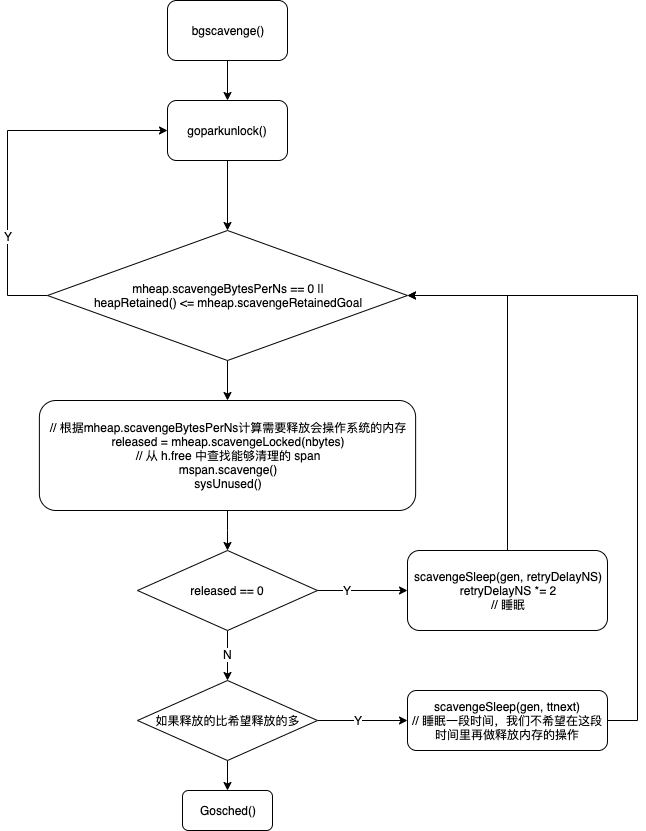
Earlier version of the draw.io export assets/img/golang-gc-scavenge.png (yangxikun/yangxikun.github.com). Source tidied: cells renumbered, new cells last; positions are measured from the earlier drawing's top-left corner, leaving out a move shared by most shapes.
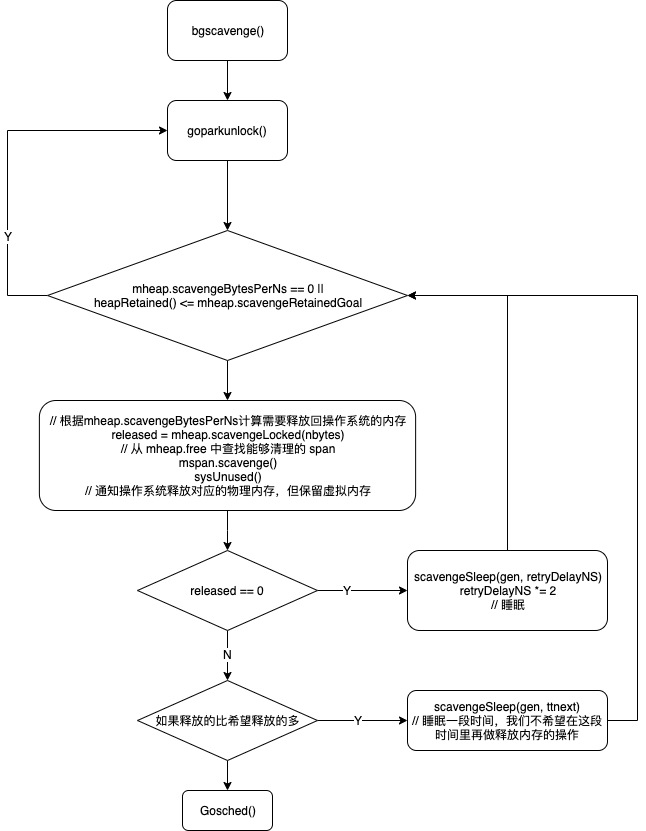
The same diagram one commit later.

What changed in the source:
```diff
@@ -11,7 +11,7 @@
     <mxCell id="4" style="edgeStyle=orthogonalEdgeStyle;rounded=0;jettySize=auto;html=1;entryX=0.5;entryY=0;entryDx=0;entryDy=0;" parent="1" edge="1" source="5" target="10">
       <mxGeometry relative="1" as="geometry" />
     </mxCell>
-    <mxCell id="5" value="// 根据mheap.scavengeBytesPerNs计算需要释放会操作系统的内存&lt;br&gt;released = mheap.scavengeLocked(nbytes)&lt;br&gt;// 从 h.free 中查找能够清理的 span&lt;br&gt;mspan.scavenge()&lt;br&gt;sysUnused()" style="rounded=1;whiteSpace=wrap;html=1;" parent="1" vertex="1">
+    <mxCell id="5" value="// 根据mheap.scavengeBytesPerNs计算需要释放回操作系统的内存&lt;br&gt;released = mheap.scavengeLocked(nbytes)&lt;br&gt;// 从 mheap.free 中查找能够清理的 span&lt;br&gt;mspan.scavenge()&lt;br&gt;sysUnused()&lt;br&gt;// 通知操作系统释放对应的物理内存，但保留虚拟内存" style="rounded=1;whiteSpace=wrap;html=1;" parent="1" vertex="1">
       <mxGeometry x="31.9" y="400" width="376.2" height="110" as="geometry" />
     </mxCell>
     <mxCell id="6" style="edgeStyle=orthogonalEdgeStyle;rounded=0;jettySize=auto;html=1;entryX=0;entryY=0.5;entryDx=0;entryDy=0;" parent="1" edge="1" source="10" target="12">
```
